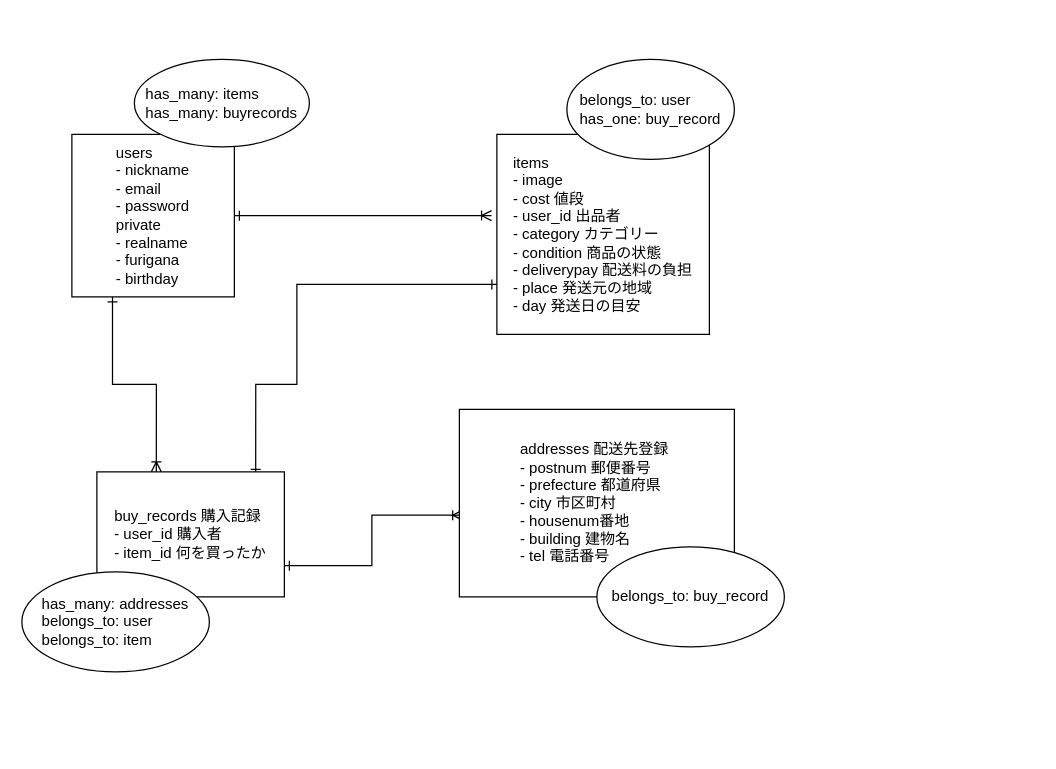
Earlier version of the draw.io diagram furima.dio (okan08/furima-28625). Source tidied: cells renumbered, new cells numbered last; positions are measured from the earlier drawing's top-left corner, leaving out a move shared by most shapes. Both pictures are drawn from the tidied source at 125%, with x=0, y=0 at pixel (21, 59).
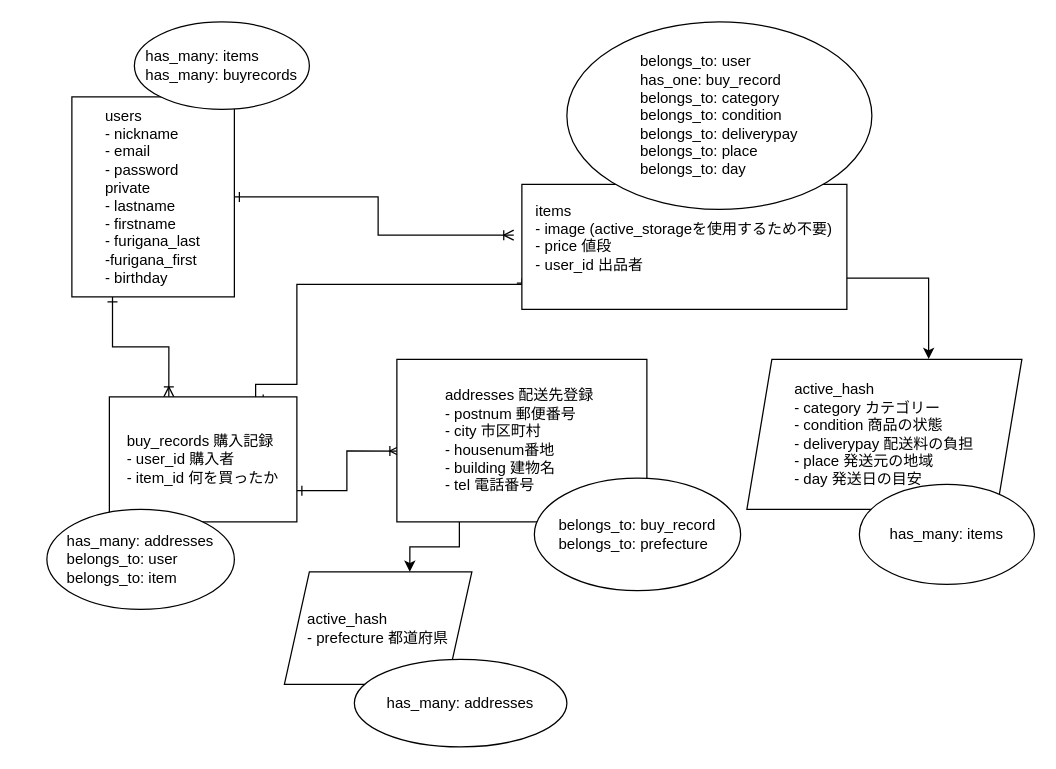
The same diagram, later.

Commit message (it also covers changes not shown here):
テーブル設計修正①

The edit, as a diff of the source:
```diff
@@
-    <mxCell id="4" value="&lt;div style=&quot;text-align: justify&quot;&gt;&lt;span&gt;users&lt;/span&gt;&lt;/div&gt;&lt;div style=&quot;text-align: justify&quot;&gt;&lt;span&gt;- nickname&lt;/span&gt;&lt;/div&gt;&lt;div style=&quot;text-align: justify&quot;&gt;&lt;span&gt;- email&lt;/span&gt;&lt;/div&gt;&lt;div style=&quot;text-align: justify&quot;&gt;&lt;span&gt;- password&lt;/span&gt;&lt;/div&gt;&lt;div style=&quot;text-align: justify&quot;&gt;private&lt;/div&gt;&lt;div style=&quot;text-align: justify&quot;&gt;- realname&lt;/div&gt;&lt;div style=&quot;text-align: justify&quot;&gt;- furigana&lt;/div&gt;&lt;div style=&quot;text-align: justify&quot;&gt;&lt;span&gt;- birthday&lt;/span&gt;&lt;/div&gt;" style="whiteSpace=wrap;html=1;" parent="1" vertex="1">
-      <mxGeometry x="40" y="60" width="130" height="130" as="geometry" />
+    <mxCell id="4" value="&lt;div style=&quot;text-align: justify&quot;&gt;&lt;span&gt;users&lt;/span&gt;&lt;/div&gt;&lt;div style=&quot;text-align: justify&quot;&gt;&lt;span&gt;- nickname&lt;/span&gt;&lt;/div&gt;&lt;div style=&quot;text-align: justify&quot;&gt;&lt;span&gt;- email&lt;/span&gt;&lt;/div&gt;&lt;div style=&quot;text-align: justify&quot;&gt;&lt;span&gt;- password&lt;/span&gt;&lt;/div&gt;&lt;div style=&quot;text-align: justify&quot;&gt;private&lt;/div&gt;&lt;div style=&quot;text-align: justify&quot;&gt;- lastname&lt;/div&gt;&lt;div style=&quot;text-align: justify&quot;&gt;- firstname&lt;/div&gt;&lt;div style=&quot;text-align: justify&quot;&gt;&lt;span&gt;- furigana_last&lt;/span&gt;&lt;/div&gt;&lt;div style=&quot;text-align: justify&quot;&gt;&lt;span&gt;-furigana_first&lt;/span&gt;&lt;/div&gt;&lt;div style=&quot;text-align: justify&quot;&gt;&lt;span&gt;- birthday&lt;/span&gt;&lt;/div&gt;" style="whiteSpace=wrap;html=1;" parent="1" vertex="1">
+      <mxGeometry x="40" y="30" width="130" height="160" as="geometry" />
     </mxCell>
@@
+    <mxCell id="14" style="edgeStyle=orthogonalEdgeStyle;rounded=0;jettySize=auto;html=1;exitX=1;exitY=0.75;exitDx=0;exitDy=0;entryX=0.661;entryY=-0.003;entryDx=0;entryDy=0;entryPerimeter=0;" parent="1" edge="1" source="6" target="17">
+      <mxGeometry relative="1" as="geometry" />
+    </mxCell>
-    <mxCell id="6" value="&lt;div style=&quot;text-align: justify&quot;&gt;items&lt;/div&gt;&lt;div style=&quot;text-align: justify&quot;&gt;&lt;span&gt;- image&lt;/span&gt;&lt;/div&gt;&lt;div style=&quot;text-align: justify&quot;&gt;&lt;span&gt;- cost 値段&lt;/span&gt;&lt;/div&gt;&lt;div style=&quot;text-align: justify&quot;&gt;&lt;span&gt;- user_id 出品者&lt;/span&gt;&lt;/div&gt;&lt;div style=&quot;text-align: justify&quot;&gt;&lt;span&gt;- category カテゴリー&lt;/span&gt;&lt;/div&gt;&lt;div style=&quot;text-align: justify&quot;&gt;&lt;span&gt;- condition 商品の状態&lt;/span&gt;&lt;/div&gt;&lt;div style=&quot;text-align: justify&quot;&gt;&lt;span&gt;- deliverypay 配送料の負担&lt;/span&gt;&lt;/div&gt;&lt;div style=&quot;text-align: justify&quot;&gt;&lt;span&gt;- place 発送元の地域&lt;/span&gt;&lt;/div&gt;&lt;div style=&quot;text-align: justify&quot;&gt;&lt;span&gt;- day 発送日の目安&lt;/span&gt;&lt;/div&gt;" style="rounded=0;whiteSpace=wrap;html=1;" parent="1" vertex="1">
-      <mxGeometry x="380" y="60" width="170" height="160" as="geometry" />
+    <mxCell id="6" value="&lt;div style=&quot;text-align: justify&quot;&gt;items&lt;/div&gt;&lt;div style=&quot;text-align: justify&quot;&gt;&lt;span&gt;- image (active_storageを使用するため不要)&lt;/span&gt;&lt;/div&gt;&lt;div style=&quot;text-align: justify&quot;&gt;&lt;span&gt;- price 値段&lt;/span&gt;&lt;/div&gt;&lt;div style=&quot;text-align: justify&quot;&gt;&lt;span&gt;- user_id 出品者&lt;/span&gt;&lt;/div&gt;&lt;div style=&quot;text-align: justify&quot;&gt;&lt;br&gt;&lt;/div&gt;" style="rounded=0;whiteSpace=wrap;html=1;" parent="1" vertex="1">
+      <mxGeometry x="400" y="100" width="260" height="100" as="geometry" />
     </mxCell>
@@
     <mxCell id="8" value="&lt;div style=&quot;text-align: justify&quot;&gt;&lt;span&gt;buy_records 購入記録&lt;/span&gt;&lt;/div&gt;&lt;div style=&quot;text-align: justify&quot;&gt;&lt;span&gt;- user_id 購入者&lt;/span&gt;&lt;/div&gt;&lt;div style=&quot;text-align: justify&quot;&gt;&lt;span&gt;- item_id 何を買ったか&lt;/span&gt;&lt;/div&gt;" style="whiteSpace=wrap;html=1;" parent="1" vertex="1">
-      <mxGeometry x="60" y="330" width="150" height="100" as="geometry" />
+      <mxGeometry x="70" y="270" width="150" height="100" as="geometry" />
     </mxCell>
+    <mxCell id="15" style="edgeStyle=orthogonalEdgeStyle;rounded=0;jettySize=auto;html=1;exitX=0.25;exitY=1;exitDx=0;exitDy=0;entryX=0.669;entryY=0;entryDx=0;entryDy=0;entryPerimeter=0;" parent="1" edge="1" source="9" target="16">
+      <mxGeometry relative="1" as="geometry" />
+    </mxCell>
-    <mxCell id="9" value="&lt;div style=&quot;text-align: justify&quot;&gt;&lt;span&gt;addresses 配送先登録&lt;/span&gt;&lt;span&gt;&amp;nbsp;&lt;/span&gt;&lt;/div&gt;&lt;div style=&quot;text-align: justify&quot;&gt;&lt;span&gt;- postnum 郵便番号&lt;/span&gt;&lt;/div&gt;&lt;div style=&quot;text-align: justify&quot;&gt;&lt;span&gt;- prefecture 都道府県&lt;/span&gt;&lt;/div&gt;&lt;div style=&quot;text-align: justify&quot;&gt;&lt;span&gt;- city 市区町村&lt;/span&gt;&lt;/div&gt;&lt;div style=&quot;text-align: justify&quot;&gt;&lt;span&gt;- housenum番地&lt;/span&gt;&lt;/div&gt;&lt;div style=&quot;text-align: justify&quot;&gt;&lt;span&gt;- building 建物名&lt;/span&gt;&lt;/div&gt;&lt;div style=&quot;text-align: justify&quot;&gt;&lt;span&gt;- tel 電話番号&lt;/span&gt;&lt;/div&gt;" style="whiteSpace=wrap;html=1;" parent="1" vertex="1">
-      <mxGeometry x="350" y="280" width="220" height="150" as="geometry" />
+    <mxCell id="9" value="&lt;div style=&quot;text-align: justify&quot;&gt;&lt;span&gt;addresses 配送先登録&lt;/span&gt;&lt;span&gt;&amp;nbsp;&lt;/span&gt;&lt;/div&gt;&lt;div style=&quot;text-align: justify&quot;&gt;&lt;span&gt;- postnum 郵便番号&lt;/span&gt;&lt;/div&gt;&lt;div style=&quot;text-align: justify&quot;&gt;&lt;span&gt;- city 市区町村&lt;/span&gt;&lt;/div&gt;&lt;div style=&quot;text-align: justify&quot;&gt;&lt;span&gt;- housenum番地&lt;/span&gt;&lt;/div&gt;&lt;div style=&quot;text-align: justify&quot;&gt;&lt;span&gt;- building 建物名&lt;/span&gt;&lt;/div&gt;&lt;div style=&quot;text-align: justify&quot;&gt;&lt;span&gt;- tel 電話番号&lt;/span&gt;&lt;/div&gt;" style="whiteSpace=wrap;html=1;" parent="1" vertex="1">
+      <mxGeometry x="300" y="240" width="200" height="130" as="geometry" />
     </mxCell>
     <mxCell id="10" value="&lt;div style=&quot;text-align: justify&quot;&gt;&lt;span&gt;has_many: items&lt;/span&gt;&lt;/div&gt;&lt;div style=&quot;text-align: justify&quot;&gt;&lt;span&gt;has_many: buyrecords&lt;/span&gt;&lt;/div&gt;" style="ellipse;whiteSpace=wrap;html=1;" parent="1" vertex="1">
-      <mxGeometry x="90" width="140" height="70" as="geometry" />
+      <mxGeometry x="90" y="-30" width="140" height="70" as="geometry" />
     </mxCell>
     <mxCell id="11" value="&lt;div style=&quot;text-align: justify&quot;&gt;&lt;span&gt;has_many: addresses&lt;/span&gt;&lt;/div&gt;&lt;div style=&quot;text-align: justify&quot;&gt;&lt;span&gt;belongs_to: user&lt;/span&gt;&lt;/div&gt;&lt;div style=&quot;text-align: justify&quot;&gt;&lt;span&gt;belongs_to: item&lt;/span&gt;&lt;/div&gt;" style="ellipse;whiteSpace=wrap;html=1;" parent="1" vertex="1">
-      <mxGeometry y="410" width="150" height="80" as="geometry" />
+      <mxGeometry x="20" y="360" width="150" height="80" as="geometry" />
     </mxCell>
-    <mxCell id="12" value="&lt;div style=&quot;text-align: justify&quot;&gt;&lt;span&gt;belongs_to: user&lt;/span&gt;&lt;/div&gt;&lt;div style=&quot;text-align: justify&quot;&gt;&lt;span&gt;has_one: buy_record&lt;/span&gt;&lt;/div&gt;" style="ellipse;whiteSpace=wrap;html=1;" parent="1" vertex="1">
-      <mxGeometry x="436" width="134" height="80" as="geometry" />
+    <mxCell id="12" value="&lt;div style=&quot;text-align: justify&quot;&gt;&lt;span&gt;belongs_to: user&lt;/span&gt;&lt;/div&gt;&lt;div style=&quot;text-align: justify&quot;&gt;&lt;span&gt;has_one: buy_record&lt;/span&gt;&lt;/div&gt;&lt;div style=&quot;text-align: justify&quot;&gt;&lt;span&gt;belongs_to: category&lt;/span&gt;&lt;/div&gt;&lt;div style=&quot;text-align: justify&quot;&gt;belongs_to: condition&lt;span&gt;&lt;br&gt;&lt;/span&gt;&lt;/div&gt;&lt;div style=&quot;text-align: justify&quot;&gt;belongs_to: deliverypay&lt;br&gt;&lt;/div&gt;&lt;div style=&quot;text-align: justify&quot;&gt;belongs_to: place&lt;br&gt;&lt;/div&gt;&lt;div style=&quot;text-align: justify&quot;&gt;belongs_to: day&lt;br&gt;&lt;/div&gt;" style="ellipse;whiteSpace=wrap;html=1;" parent="1" vertex="1">
+      <mxGeometry x="436" y="-30" width="244" height="150" as="geometry" />
     </mxCell>
-    <mxCell id="13" value="belongs_to: buy_record" style="ellipse;whiteSpace=wrap;html=1;" parent="1" vertex="1">
-      <mxGeometry x="460" y="390" width="150" height="80" as="geometry" />
+    <mxCell id="13" value="&lt;div style=&quot;text-align: justify&quot;&gt;&lt;span&gt;belongs_to: buy_record&lt;/span&gt;&lt;/div&gt;&lt;div style=&quot;text-align: justify&quot;&gt;&lt;span&gt;belongs_to: prefecture&lt;/span&gt;&lt;/div&gt;" style="ellipse;whiteSpace=wrap;html=1;" parent="1" vertex="1">
+      <mxGeometry x="410" y="335" width="165" height="90" as="geometry" />
     </mxCell>
+    <mxCell id="16" value="&lt;div style=&quot;text-align: justify&quot;&gt;&lt;span&gt;active_hash&lt;/span&gt;&lt;/div&gt;&lt;span&gt;&lt;div style=&quot;text-align: justify&quot;&gt;&lt;span&gt;- prefecture 都道府県&lt;/span&gt;&lt;/div&gt;&lt;/span&gt;" style="shape=parallelogram;perimeter=parallelogramPerimeter;whiteSpace=wrap;html=1;fixedSize=1;align=center;" parent="1" vertex="1">
+      <mxGeometry x="210" y="410" width="150" height="90" as="geometry" />
+    </mxCell>
+    <mxCell id="17" value="&lt;div style=&quot;text-align: justify&quot;&gt;&lt;span&gt;active_hash&lt;/span&gt;&lt;/div&gt;&lt;div style=&quot;text-align: justify&quot;&gt;- category カテゴリー&lt;/div&gt;&lt;div style=&quot;text-align: justify&quot;&gt;- condition 商品の状態&lt;/div&gt;&lt;div style=&quot;text-align: justify&quot;&gt;- deliverypay 配送料の負担&lt;/div&gt;&lt;div style=&quot;text-align: justify&quot;&gt;- place 発送元の地域&lt;/div&gt;&lt;div style=&quot;text-align: justify&quot;&gt;- day 発送日の目安&lt;/div&gt;" style="shape=parallelogram;perimeter=parallelogramPerimeter;whiteSpace=wrap;html=1;fixedSize=1;" parent="1" vertex="1">
+      <mxGeometry x="580" y="240" width="220" height="120" as="geometry" />
+    </mxCell>
+    <mxCell id="18" value="has_many: items" style="ellipse;whiteSpace=wrap;html=1;" parent="1" vertex="1">
+      <mxGeometry x="670" y="340" width="140" height="80" as="geometry" />
+    </mxCell>
+    <mxCell id="19" value="has_many: addresses" style="ellipse;whiteSpace=wrap;html=1;" parent="1" vertex="1">
+      <mxGeometry x="266" y="480" width="170" height="70" as="geometry" />
+    </mxCell>
```
